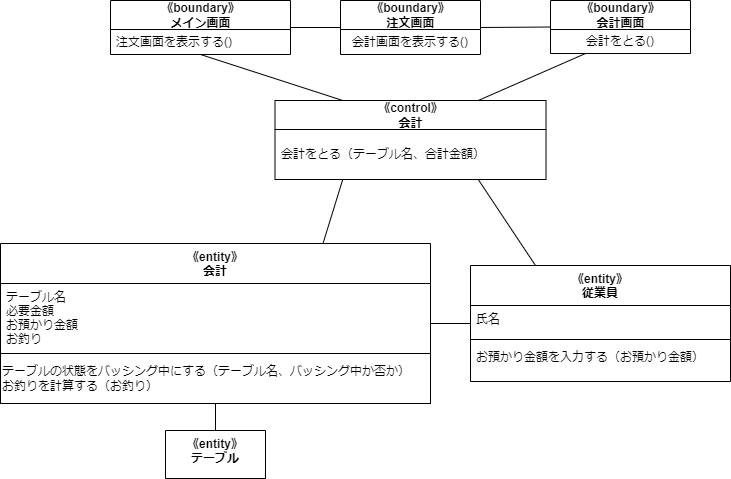
MasakiHiguchi/--- keeps this draw.io diagram as psp4/分析モデルのクラス図/分析モデルクラス図_会計.drawio.png. Above is the earlier version. Source tidied: cells renumbered, new cells last; positions are measured from the earlier drawing's top-left corner, leaving out a move shared by most shapes. Source of this version:
```xml
<mxGraphModel>
  <root>
    <mxCell id="0" />
    <mxCell id="1" parent="0" />
    <mxCell id="2" style="edgeStyle=none;html=1;exitX=1;exitY=0.5;exitDx=0;exitDy=0;entryX=0;entryY=0.5;entryDx=0;entryDy=0;endArrow=none;endFill=0;" parent="1" edge="1" source="3" target="6">
      <mxGeometry relative="1" as="geometry" />
    </mxCell>
    <mxCell id="3" value="《boundary》&lt;br&gt;メイン画面" style="swimlane;fontStyle=1;align=center;verticalAlign=middle;horizontal=1;startSize=29;html=1;" parent="1" vertex="1">
      <mxGeometry x="110" width="180" height="54" as="geometry" />
    </mxCell>
    <mxCell id="4" value="注文画面を表示する()" style="text;html=1;strokeColor=none;fillColor=none;align=left;verticalAlign=middle;spacingLeft=4;spacingRight=4;overflow=hidden;" parent="3" vertex="1">
      <mxGeometry y="29" width="180" height="25" as="geometry" />
    </mxCell>
    <mxCell id="5" style="edgeStyle=none;html=1;exitX=1;exitY=0.5;exitDx=0;exitDy=0;entryX=0;entryY=0.5;entryDx=0;entryDy=0;endArrow=none;endFill=0;" parent="1" edge="1" source="6" target="23">
      <mxGeometry relative="1" as="geometry" />
    </mxCell>
    <mxCell id="6" value="《boundary》&lt;br&gt;注文画面" style="swimlane;fontStyle=1;align=center;verticalAlign=middle;horizontal=1;startSize=29;html=1;" parent="1" vertex="1">
      <mxGeometry x="340" width="140" height="54" as="geometry" />
    </mxCell>
    <mxCell id="7" value="会計画面を表示する()" style="text;html=1;strokeColor=none;fillColor=none;align=center;verticalAlign=middle;spacingLeft=4;spacingRight=4;overflow=hidden;" parent="6" vertex="1">
      <mxGeometry y="29" width="140" height="25" as="geometry" />
    </mxCell>
    <mxCell id="8" style="edgeStyle=none;html=1;exitX=0.25;exitY=0;exitDx=0;exitDy=0;entryX=0.5;entryY=1;entryDx=0;entryDy=0;endArrow=none;endFill=0;" parent="1" edge="1" source="10" target="3">
      <mxGeometry relative="1" as="geometry" />
    </mxCell>
    <mxCell id="9" style="edgeStyle=none;html=1;exitX=0.75;exitY=0;exitDx=0;exitDy=0;entryX=0.25;entryY=1;entryDx=0;entryDy=0;endArrow=none;endFill=0;" parent="1" edge="1" source="10" target="23">
      <mxGeometry relative="1" as="geometry" />
    </mxCell>
    <mxCell id="10" value="《control》&lt;br&gt;会計" style="swimlane;fontStyle=1;align=center;verticalAlign=middle;horizontal=1;startSize=29;html=1;" parent="1" vertex="1">
      <mxGeometry x="274.5" y="100" width="271" height="79" as="geometry" />
    </mxCell>
    <mxCell id="11" value="会計をとる（テーブル名、合計金額）" style="text;html=1;strokeColor=none;fillColor=none;align=left;verticalAlign=middle;spacingLeft=4;spacingRight=4;overflow=hidden;" parent="10" vertex="1">
      <mxGeometry y="29" width="271" height="50" as="geometry" />
    </mxCell>
    <mxCell id="12" style="edgeStyle=none;html=1;exitX=0.75;exitY=0;exitDx=0;exitDy=0;entryX=0.25;entryY=1;entryDx=0;entryDy=0;endArrow=none;endFill=0;" parent="1" edge="1" source="13" target="10">
      <mxGeometry relative="1" as="geometry" />
    </mxCell>
    <mxCell id="13" value="《entity》&#10;会計" style="swimlane;fontStyle=1;align=center;verticalAlign=top;horizontal=1;startSize=40;" parent="1" vertex="1">
      <mxGeometry y="243" width="430" height="160" as="geometry" />
    </mxCell>
    <mxCell id="14" value="テーブル名&#10;必要金額&#10;お預かり金額&#10;お釣り" style="text;strokeColor=none;fillColor=none;align=left;verticalAlign=top;spacingLeft=4;spacingRight=4;overflow=hidden;" parent="13" vertex="1">
      <mxGeometry y="40" width="430" height="70" as="geometry" />
    </mxCell>
    <mxCell id="15" style="swimlane;startSize=0;" parent="13" vertex="1">
      <mxGeometry y="110" width="430" height="50" as="geometry" />
    </mxCell>
    <mxCell id="16" value="テーブルの状態をバッシング中にする（テーブル名、バッシング中か否か）&lt;br&gt;お釣りを計算する（お釣り）" style="text;html=1;align=left;verticalAlign=middle;strokeColor=none;fillColor=none;" parent="15" vertex="1">
      <mxGeometry y="5" width="430" height="40" as="geometry" />
    </mxCell>
    <mxCell id="17" style="edgeStyle=none;html=1;exitX=0;exitY=0.5;exitDx=0;exitDy=0;entryX=1;entryY=0.5;entryDx=0;entryDy=0;endArrow=none;endFill=0;" parent="1" edge="1" source="19" target="13">
      <mxGeometry relative="1" as="geometry" />
    </mxCell>
    <mxCell id="18" style="edgeStyle=none;html=1;exitX=0.25;exitY=0;exitDx=0;exitDy=0;entryX=0.75;entryY=1;entryDx=0;entryDy=0;endArrow=none;endFill=0;" parent="1" edge="1" source="19" target="10">
      <mxGeometry relative="1" as="geometry" />
    </mxCell>
    <mxCell id="19" value="《entity》&#10;従業員" style="swimlane;fontStyle=1;align=center;verticalAlign=top;horizontal=1;startSize=40;" parent="1" vertex="1">
      <mxGeometry x="470" y="265" width="260" height="116" as="geometry" />
    </mxCell>
    <mxCell id="20" value="氏名" style="text;strokeColor=none;fillColor=none;align=left;verticalAlign=top;spacingLeft=4;spacingRight=4;overflow=hidden;" parent="19" vertex="1">
      <mxGeometry y="40" width="260" height="30" as="geometry" />
    </mxCell>
    <mxCell id="21" style="line;strokeWidth=1;fillColor=none;align=left;verticalAlign=middle;spacingTop=-1;spacingLeft=3;spacingRight=3;labelPosition=right;strokeColor=inherit;" parent="19" vertex="1">
      <mxGeometry y="70" width="260" height="8" as="geometry" />
    </mxCell>
    <mxCell id="22" value="お預かり金額を入力する（お預かり金額）" style="text;strokeColor=none;fillColor=none;align=left;verticalAlign=top;spacingLeft=4;spacingRight=4;overflow=hidden;" parent="19" vertex="1">
      <mxGeometry y="78" width="260" height="38" as="geometry" />
    </mxCell>
    <mxCell id="23" value="《boundary》&lt;br&gt;会計画面" style="swimlane;fontStyle=1;align=center;verticalAlign=middle;horizontal=1;startSize=29;html=1;" parent="1" vertex="1">
      <mxGeometry x="550" width="140" height="53" as="geometry" />
    </mxCell>
    <mxCell id="24" value="会計をとる()" style="text;html=1;strokeColor=none;fillColor=none;align=center;verticalAlign=middle;spacingLeft=4;spacingRight=4;overflow=hidden;" parent="23" vertex="1">
      <mxGeometry y="29" width="140" height="24" as="geometry" />
    </mxCell>
    <mxCell id="25" style="edgeStyle=none;html=1;exitX=0.5;exitY=0;exitDx=0;exitDy=0;entryX=0.5;entryY=1;entryDx=0;entryDy=0;endArrow=none;endFill=0;" parent="1" edge="1" source="26" target="13">
      <mxGeometry relative="1" as="geometry" />
    </mxCell>
    <mxCell id="26" value="《entity》&#10;テーブル" style="swimlane;fontStyle=1;align=center;verticalAlign=top;horizontal=1;startSize=48;" parent="1" vertex="1">
      <mxGeometry x="165" y="430" width="100" height="48" as="geometry" />
    </mxCell>
  </root>
</mxGraphModel>
```
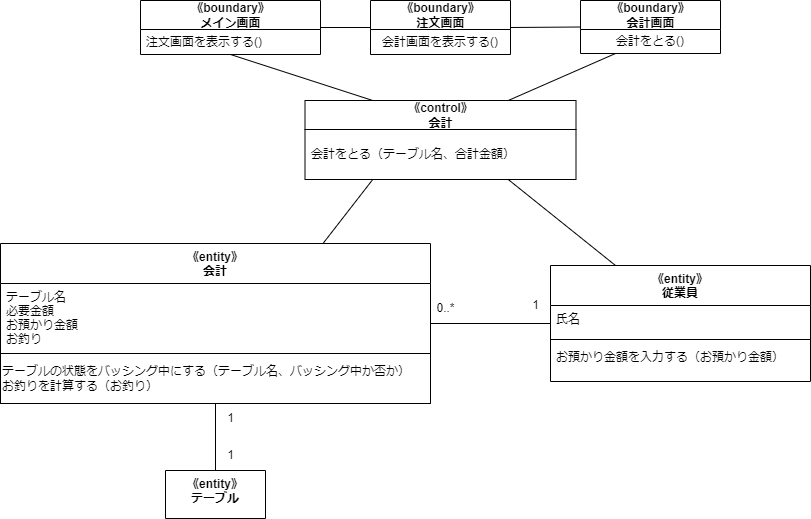
The same file after the commit.

Change to the diagram source:
```diff
@@ -36,7 +36,7 @@
       <mxGeometry relative="1" as="geometry" />
     </mxCell>
     <mxCell id="13" value="《entity》&#10;会計" style="swimlane;fontStyle=1;align=center;verticalAlign=top;horizontal=1;startSize=40;" parent="1" vertex="1">
-      <mxGeometry y="243" width="430" height="160" as="geometry" />
+      <mxGeometry x="-30" y="243" width="430" height="160" as="geometry" />
     </mxCell>
     <mxCell id="14" value="テーブル名&#10;必要金額&#10;お預かり金額&#10;お釣り" style="text;strokeColor=none;fillColor=none;align=left;verticalAlign=top;spacingLeft=4;spacingRight=4;overflow=hidden;" parent="13" vertex="1">
       <mxGeometry y="40" width="430" height="70" as="geometry" />
@@ -54,7 +54,7 @@
       <mxGeometry relative="1" as="geometry" />
     </mxCell>
     <mxCell id="19" value="《entity》&#10;従業員" style="swimlane;fontStyle=1;align=center;verticalAlign=top;horizontal=1;startSize=40;" parent="1" vertex="1">
-      <mxGeometry x="470" y="265" width="260" height="116" as="geometry" />
+      <mxGeometry x="520" y="265" width="260" height="116" as="geometry" />
     </mxCell>
     <mxCell id="20" value="氏名" style="text;strokeColor=none;fillColor=none;align=left;verticalAlign=top;spacingLeft=4;spacingRight=4;overflow=hidden;" parent="19" vertex="1">
       <mxGeometry y="40" width="260" height="30" as="geometry" />
@@ -75,7 +75,19 @@
       <mxGeometry relative="1" as="geometry" />
     </mxCell>
     <mxCell id="26" value="《entity》&#10;テーブル" style="swimlane;fontStyle=1;align=center;verticalAlign=top;horizontal=1;startSize=48;" parent="1" vertex="1">
-      <mxGeometry x="165" y="430" width="100" height="48" as="geometry" />
+      <mxGeometry x="135" y="470" width="100" height="48" as="geometry" />
     </mxCell>
+    <mxCell id="27" value="1" style="text;html=1;align=center;verticalAlign=middle;strokeColor=none;fillColor=none;" parent="1" vertex="1">
+      <mxGeometry x="490" y="290" width="30" height="30" as="geometry" />
+    </mxCell>
+    <mxCell id="28" value="0..*" style="text;html=1;align=center;verticalAlign=middle;strokeColor=none;fillColor=none;" parent="1" vertex="1">
+      <mxGeometry x="395" y="293" width="40" height="30" as="geometry" />
+    </mxCell>
+    <mxCell id="29" value="1" style="text;html=1;align=center;verticalAlign=middle;strokeColor=none;fillColor=none;" parent="1" vertex="1">
+      <mxGeometry x="185" y="440" width="30" height="30" as="geometry" />
+    </mxCell>
+    <mxCell id="30" value="1" style="text;html=1;align=center;verticalAlign=middle;strokeColor=none;fillColor=none;" parent="1" vertex="1">
+      <mxGeometry x="185" y="403" width="30" height="30" as="geometry" />
+    </mxCell>
   </root>
 </mxGraphModel>
```
